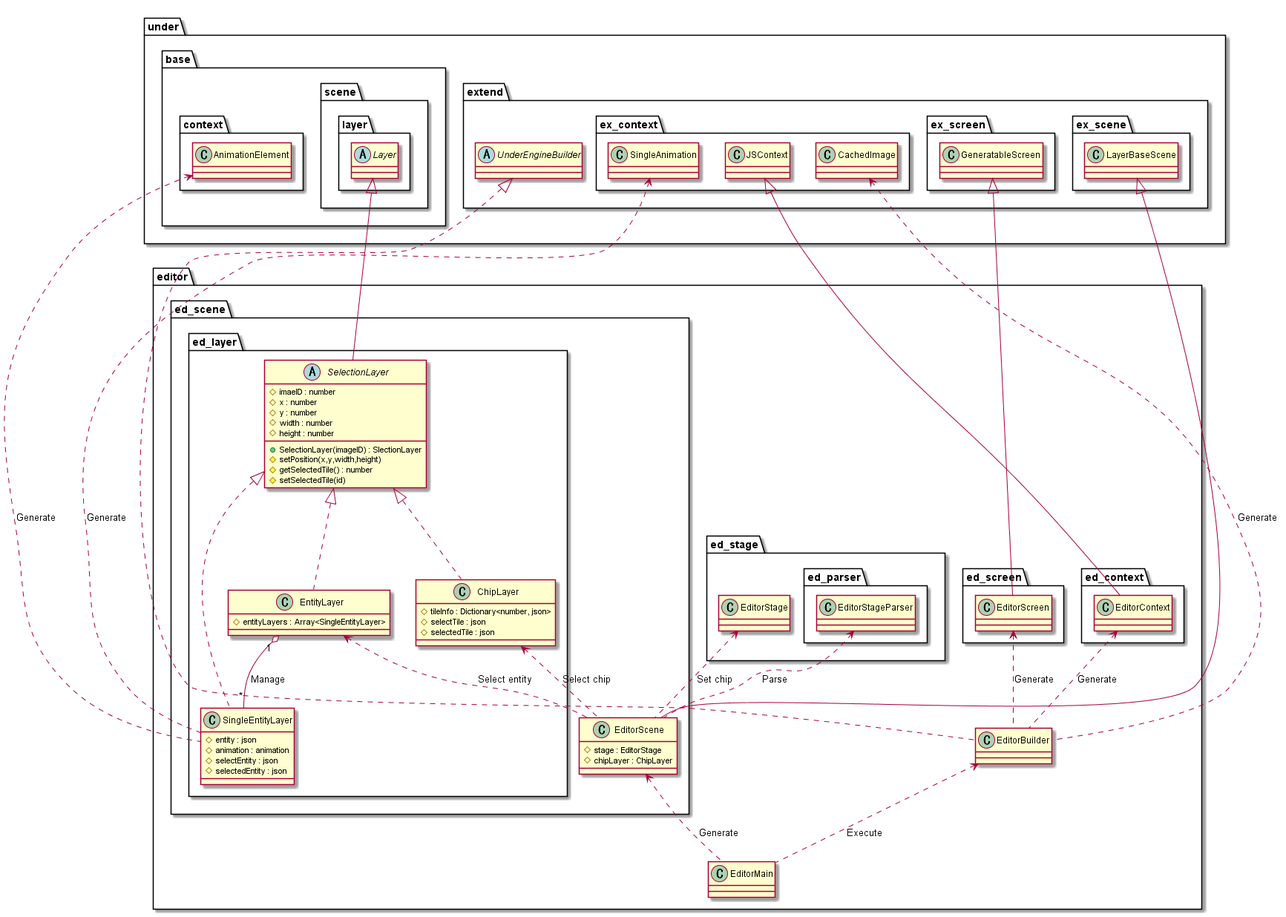
Before: out/uml/editor/GameBase/EditorGameBase.png, a diagram exported from PlantUML (Expine/Under).
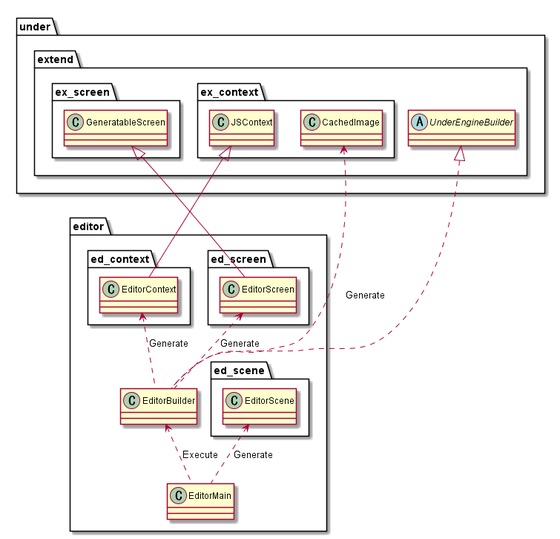
The same diagram one commit later.

The edit, as a diff of the source:
```diff
@@ -7,39 +7,6 @@
     package ed_context {
         class EditorContext
     }
-    package ed_scene {
-        class EditorScene {
-            #stage : EditorStage
-            #chipLayer : ChipLayer
-        }
-        package ed_layer {
-            abstract SelectionLayer {
-                +SelectionLayer(imageID) : SlectionLayer
-                #imaeID : number
-                #x : number
-                #y : number
-                #width : number
-                #height : number
-                #setPosition(x,y,width,height)
-                #getSelectedTile() : number
-                #setSelectedTile(id)
-            }
-            class ChipLayer {
-                #tileInfo : Dictionary<number, json>
-                #selectTile : json
-                #selectedTile : json
-            }
-            class EntityLayer {
-                #entityLayers : Array<SingleEntityLayer>
-            }
-            class SingleEntityLayer {
-                #entity : json
-                #animation : animation
-                #selectEntity : json
-                #selectedEntity : json
-            }
-        }
-    }
 
     package ed_screen {
         class EditorScreen
@@ -47,25 +14,11 @@
 }
 
 package under {
-    package base {
-        package context {
-            class AnimationElement
-        }
-        package scene {
-            package layer {
-                abstract Layer
-            }
-        }
-    }
     package extend {
         abstract UnderEngineBuilder
         package ex_context {
-            class SingleAnimation
             class JSContext
             class CachedImage
-        }
-        package ex_scene {
-            class LayerBaseScene
         }
         package ex_screen {
             class GeneratableScreen
@@ -74,11 +27,8 @@
 }
 
 package editor {
-    package ed_stage {
-        class EditorStage
-        package ed_parser {
-            class EditorStageParser
-        }
+    package ed_scene {
+        class EditorScene
     }
 }
 
@@ -88,24 +38,8 @@
 EditorContext <.. EditorBuilder : "Generate"
 CachedImage <.. EditorBuilder : "Generate"
 
-EditorStageParser <.. EditorScene : "Parse"
-ChipLayer <.. EditorScene : "Select chip"
-EntityLayer <.. EditorScene : "Select entity"
-EditorStage <.. EditorScene : "Set chip"
-
-EntityLayer "1" o-- "*" SingleEntityLayer : "Manage"
-
-SingleAnimation <... SingleEntityLayer : "Generate"
-AnimationElement <... SingleEntityLayer : "Generate"
-
 UnderEngineBuilder <|.. EditorBuilder
 GeneratableScreen <|-- EditorScreen
 JSContext <|-- EditorContext
 
-LayerBaseScene <|-- EditorScene
-Layer <|-- SelectionLayer
-SelectionLayer <|.. ChipLayer
-SelectionLayer <|.. EntityLayer
-SelectionLayer <|.. SingleEntityLayer
-
 @enduml
```
